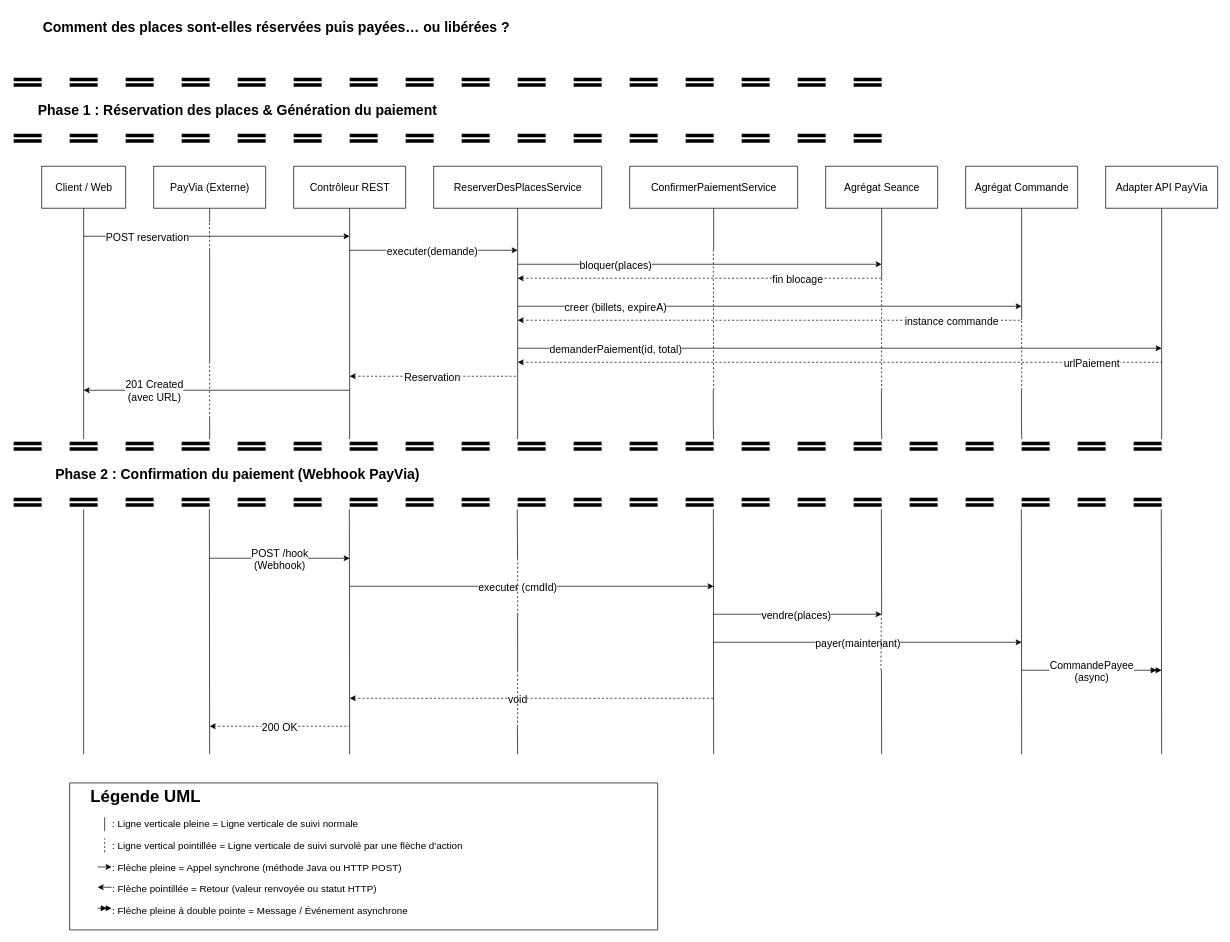
Earlier version of the draw.io diagram docs/diagrammes/4-sequence-reserver-payer.drawio (Lucie005/ecrans-villeneuve-equipe1). Source tidied: cells renumbered, new cells numbered last; positions are measured from the earlier drawing's top-left corner, leaving out a move shared by most shapes. Both pictures are drawn from the tidied source at 70%, with x=0, y=0 at pixel (13, 12).
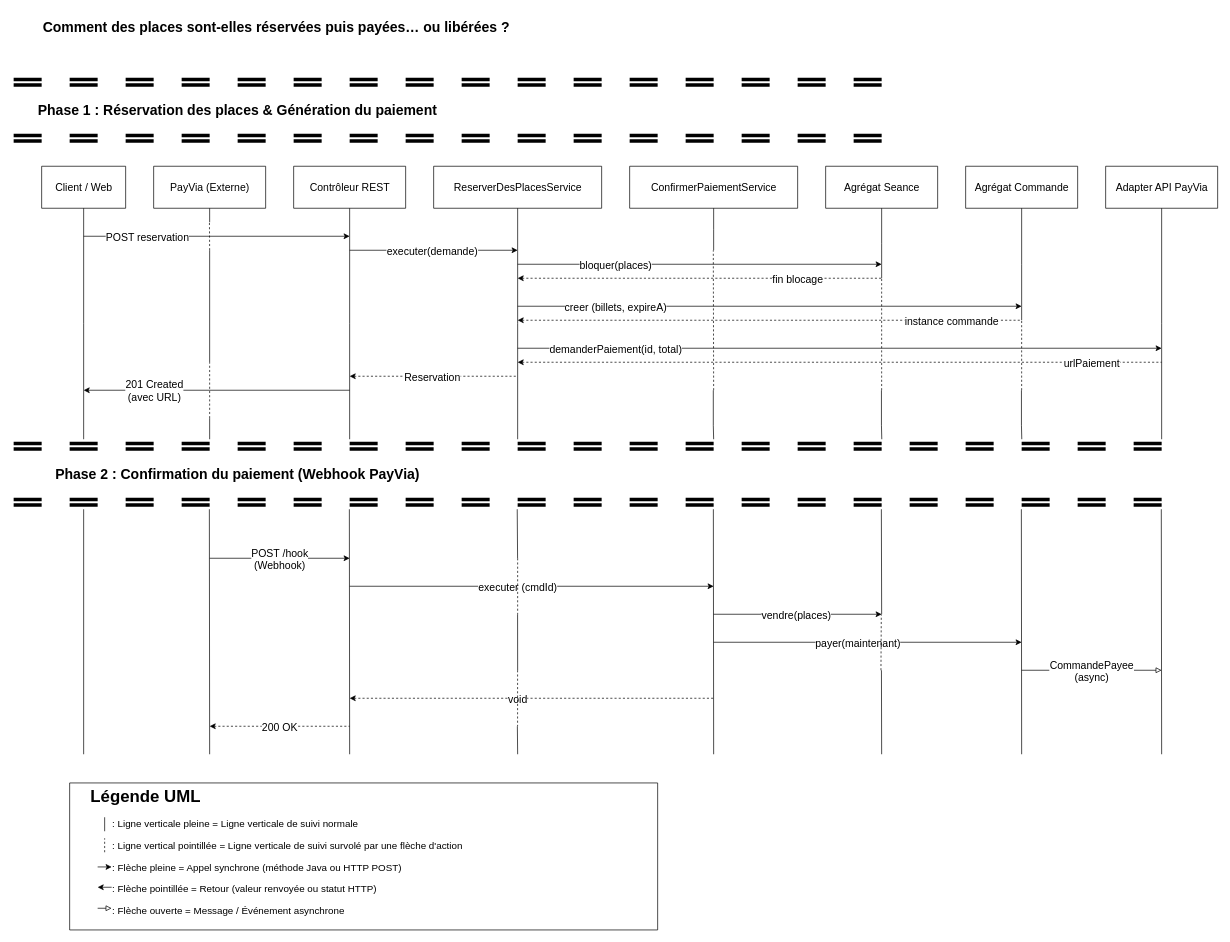
After the change.

Unchanged cells that the change refers to:
```xml
<mxCell id="86" style="swimlane;startSize=0;" parent="1" vertex="1">
  <mxGeometry x="80" y="1101" width="840" height="210" as="geometry" />
</mxCell>
```

The edit, as a diff of the source:
```diff
@@
-    <mxCell id="72" style="endArrow=doubleBlock;html=1;rounded=0;endFill=1;" parent="1" edge="1">
+    <mxCell id="72" style="endArrow=block;html=1;rounded=0;endFill=0;" parent="1" edge="1">
       <mxGeometry relative="1" as="geometry">
         <mxPoint x="1440" y="940" as="sourcePoint" />
         <mxPoint x="1640" y="940" as="targetPoint" />
       </mxGeometry>
     </mxCell>
@@
-    <mxCell id="87" value="&lt;h1&gt;Légende UML&lt;/h1&gt;&lt;p style=&quot;font-size: 14px;&quot;&gt;&lt;font style=&quot;font-size: 14px;&quot;&gt;&lt;font style=&quot;font-size: 14px;&quot;&gt;&amp;nbsp; &amp;nbsp; &amp;nbsp; &amp;nbsp;&lt;font style=&quot;font-size: 14px;&quot;&gt; :&lt;/font&gt; &lt;/font&gt;Ligne verticale pleine = Ligne verticale de suivi normale&lt;/font&gt;&lt;/p&gt;&lt;p style=&quot;font-size: 14px;&quot;&gt;&lt;font style=&quot;font-size: 14px;&quot;&gt;&amp;nbsp; &amp;nbsp; &amp;nbsp; &amp;nbsp; : Ligne vertical pointillée = Ligne verticale de suivi survolé par une flèche d'action&lt;/font&gt;&lt;/p&gt;&lt;p style=&quot;border-color: rgb(218, 220, 224); font-size: 14px;&quot;&gt;&lt;font style=&quot;border-color: rgb(218, 220, 224);&quot;&gt;&lt;font style=&quot;border-color: rgb(218, 220, 224);&quot;&gt;&amp;nbsp; &amp;nbsp; &amp;nbsp; &amp;nbsp;&lt;font style=&quot;border-color: rgb(218, 220, 224);&quot;&gt;&amp;nbsp;:&lt;/font&gt;&amp;nbsp;&lt;/font&gt;Flèche pleine = Appel synchrone (méthode Java ou HTTP POST)&lt;/font&gt;&lt;/p&gt;&lt;p style=&quot;font-size: 14px;&quot;&gt;&lt;/p&gt;&lt;p style=&quot;border-color: rgb(218, 220, 224); font-size: 14px;&quot;&gt;&lt;font style=&quot;border-color: rgb(218, 220, 224);&quot;&gt;&amp;nbsp; &amp;nbsp; &amp;nbsp; &amp;nbsp; : Flèche pointillée = Retour (valeur renvoyée ou statut HTTP)&lt;/font&gt;&lt;/p&gt;&lt;p style=&quot;border-color: rgb(218, 220, 224); font-size: 14px;&quot;&gt;&lt;font style=&quot;border-color: rgb(218, 220, 224);&quot;&gt;&amp;nbsp; &amp;nbsp; &amp;nbsp; &amp;nbsp; : Flèche pleine à double pointe = Message / Événement asynchrone&lt;/font&gt;&lt;/p&gt;" style="text;html=1;strokeColor=none;fillColor=none;spacing=5;spacingTop=-20;whiteSpace=wrap;overflow=hidden;rounded=0;" parent="86" vertex="1">
+    <mxCell id="87" value="&lt;h1&gt;Légende UML&lt;/h1&gt;&lt;p style=&quot;font-size: 14px;&quot;&gt;&lt;font style=&quot;font-size: 14px;&quot;&gt;&lt;font style=&quot;font-size: 14px;&quot;&gt;&amp;nbsp; &amp;nbsp; &amp;nbsp; &amp;nbsp;&lt;font style=&quot;font-size: 14px;&quot;&gt; :&lt;/font&gt; &lt;/font&gt;Ligne verticale pleine = Ligne verticale de suivi normale&lt;/font&gt;&lt;/p&gt;&lt;p style=&quot;font-size: 14px;&quot;&gt;&lt;font style=&quot;font-size: 14px;&quot;&gt;&amp;nbsp; &amp;nbsp; &amp;nbsp; &amp;nbsp; : Ligne vertical pointillée = Ligne verticale de suivi survolé par une flèche d'action&lt;/font&gt;&lt;/p&gt;&lt;p style=&quot;border-color: rgb(218, 220, 224); font-size: 14px;&quot;&gt;&lt;font style=&quot;border-color: rgb(218, 220, 224);&quot;&gt;&lt;font style=&quot;border-color: rgb(218, 220, 224);&quot;&gt;&amp;nbsp; &amp;nbsp; &amp;nbsp; &amp;nbsp;&lt;font style=&quot;border-color: rgb(218, 220, 224);&quot;&gt;&amp;nbsp;:&lt;/font&gt;&amp;nbsp;&lt;/font&gt;Flèche pleine = Appel synchrone (méthode Java ou HTTP POST)&lt;/font&gt;&lt;/p&gt;&lt;p style=&quot;font-size: 14px;&quot;&gt;&lt;/p&gt;&lt;p style=&quot;border-color: rgb(218, 220, 224); font-size: 14px;&quot;&gt;&lt;font style=&quot;border-color: rgb(218, 220, 224);&quot;&gt;&amp;nbsp; &amp;nbsp; &amp;nbsp; &amp;nbsp; : Flèche pointillée = Retour (valeur renvoyée ou statut HTTP)&lt;/font&gt;&lt;/p&gt;&lt;p style=&quot;border-color: rgb(218, 220, 224); font-size: 14px;&quot;&gt;&lt;font style=&quot;border-color: rgb(218, 220, 224);&quot;&gt;&amp;nbsp; &amp;nbsp; &amp;nbsp; &amp;nbsp; : Flèche ouverte = Message / Événement asynchrone&lt;/font&gt;&lt;/p&gt;" style="text;html=1;strokeColor=none;fillColor=none;spacing=5;spacingTop=-20;whiteSpace=wrap;overflow=hidden;rounded=0;" parent="86" vertex="1">
       <mxGeometry x="25" width="790" height="210" as="geometry" />
     </mxCell>
@@
-    <mxCell id="92" style="endArrow=doubleBlock;html=1;rounded=0;startArrow=none;startFill=0;endFill=1;" parent="86" edge="1">
+    <mxCell id="92" style="endArrow=block;html=1;rounded=0;startArrow=none;startFill=0;endFill=0;" parent="86" edge="1">
       <mxGeometry relative="1" as="geometry">
         <mxPoint x="40" y="179" as="sourcePoint" />
         <mxPoint x="60" y="179" as="targetPoint" />
       </mxGeometry>
     </mxCell>
```
